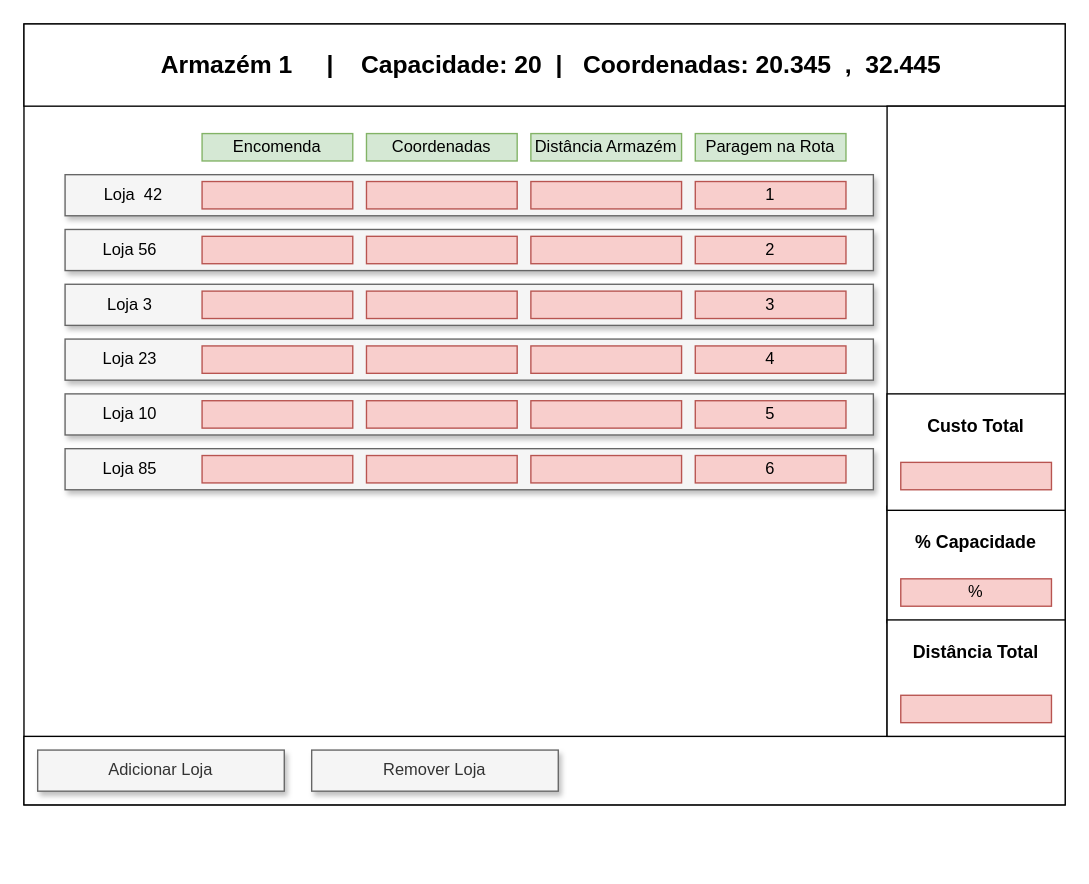
This is page "Pop-up Armazem" (2 of 2) of Untitled Diagram.drawio from ertykiko/SADE, a draw.io file, before an edit. Source tidied: cells renumbered, new cells numbered last; positions are measured from the earlier drawing's top-left corner, leaving out a move shared by most shapes. Both pictures are drawn from the tidied source at 137%, with x=0, y=0 at pixel (23, 23).
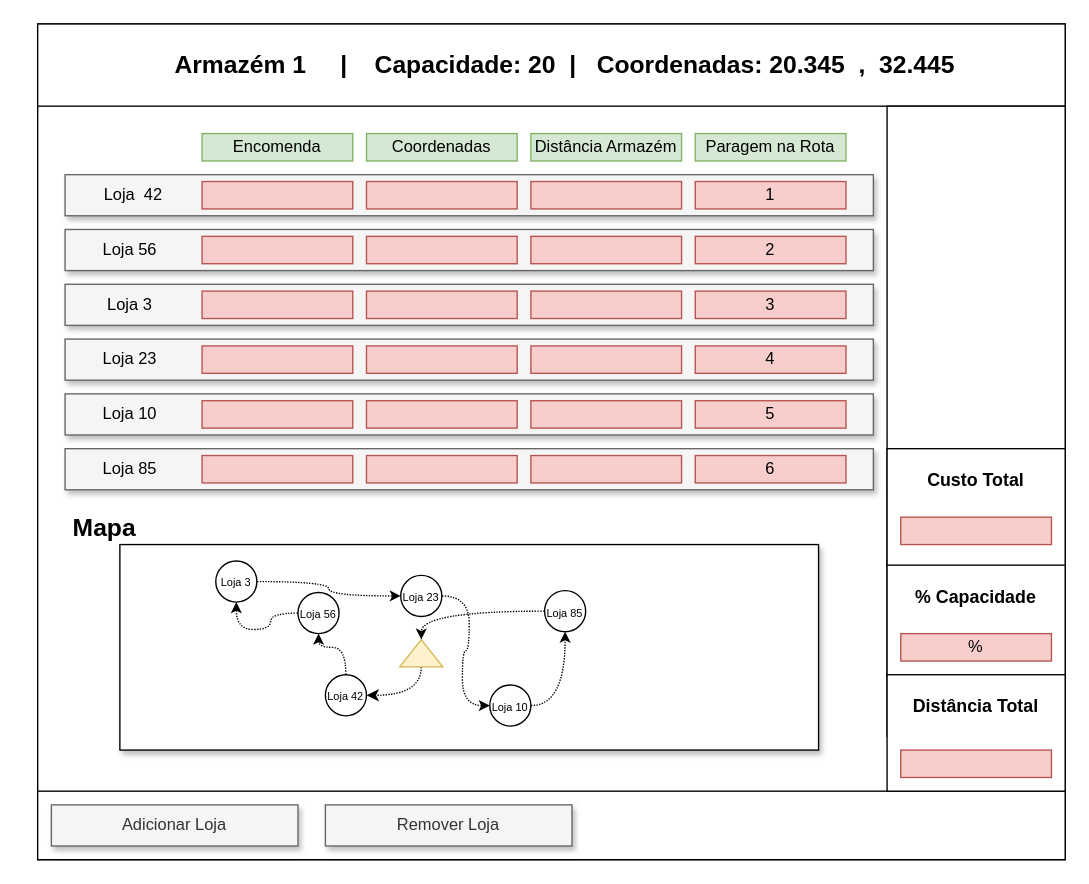
The same page after the edit.

The edit, as a diff of the source:
```diff
@@
     <mxCell id="2" style="rounded=0;whiteSpace=wrap;html=1;" parent="1" vertex="1">
-      <mxGeometry width="760" height="570" as="geometry" />
+      <mxGeometry x="10" width="750" height="610" as="geometry" />
     </mxCell>
@@
     <mxCell id="24" style="rounded=0;whiteSpace=wrap;html=1;" parent="1" vertex="1">
-      <mxGeometry width="760" height="60" as="geometry" />
+      <mxGeometry x="10" width="750" height="60" as="geometry" />
     </mxCell>
@@
     <mxCell id="26" style="rounded=0;whiteSpace=wrap;html=1;" parent="1" vertex="1">
-      <mxGeometry y="520" width="760" height="50" as="geometry" />
+      <mxGeometry x="10" y="560" width="750" height="50" as="geometry" />
     </mxCell>
     <mxCell id="27" value="&lt;font&gt;&lt;span style=&quot;font-size: 18px&quot;&gt;&lt;b&gt;Armazém&amp;nbsp;1&amp;nbsp; &amp;nbsp; &amp;nbsp;|&amp;nbsp; &amp;nbsp; Capacidade: 20&amp;nbsp; |&amp;nbsp; &amp;nbsp;Coordenadas: 20.345&amp;nbsp; ,&amp;nbsp; 32.445&lt;/b&gt;&lt;/span&gt;&lt;/font&gt;" style="text;html=1;strokeColor=none;fillColor=none;align=center;verticalAlign=middle;whiteSpace=wrap;rounded=0;" parent="1" vertex="1">
-      <mxGeometry x="30" y="10" width="710" height="40" as="geometry" />
+      <mxGeometry x="40" y="10" width="710" height="40" as="geometry" />
     </mxCell>
@@
     <mxCell id="43" value="Adicionar Loja" style="rounded=0;whiteSpace=wrap;html=1;fillColor=#f5f5f5;strokeColor=#666666;fontColor=#333333;shadow=1;" parent="1" vertex="1">
-      <mxGeometry x="10" y="530" width="180" height="30" as="geometry" />
+      <mxGeometry x="20" y="570" width="180" height="30" as="geometry" />
     </mxCell>
     <mxCell id="44" value="Remover Loja" style="rounded=0;whiteSpace=wrap;html=1;fillColor=#f5f5f5;strokeColor=#666666;fontColor=#333333;shadow=1;" parent="1" vertex="1">
-      <mxGeometry x="210" y="530" width="180" height="30" as="geometry" />
+      <mxGeometry x="220" y="570" width="180" height="30" as="geometry" />
     </mxCell>
@@
     <mxCell id="49" style="rounded=0;whiteSpace=wrap;html=1;" parent="1" vertex="1">
-      <mxGeometry x="630" y="352" width="130" height="85" as="geometry" />
+      <mxGeometry x="630" y="392" width="130" height="85" as="geometry" />
     </mxCell>
     <mxCell id="50" style="rounded=0;whiteSpace=wrap;html=1;" parent="1" vertex="1">
-      <mxGeometry x="630" y="435" width="130" height="85" as="geometry" />
+      <mxGeometry x="630" y="475" width="130" height="85" as="geometry" />
     </mxCell>
     <mxCell id="51" value="&lt;font style=&quot;font-size: 13px&quot;&gt;&lt;b&gt;% Capacidade&lt;/b&gt;&lt;/font&gt;" style="text;html=1;strokeColor=none;fillColor=none;align=center;verticalAlign=middle;whiteSpace=wrap;rounded=0;" parent="1" vertex="1">
-      <mxGeometry x="640" y="360" width="110" height="35" as="geometry" />
+      <mxGeometry x="640" y="400" width="110" height="35" as="geometry" />
     </mxCell>
     <mxCell id="52" value="%" style="text;html=1;strokeColor=#b85450;fillColor=#f8cecc;align=center;verticalAlign=middle;whiteSpace=wrap;rounded=0;" parent="1" vertex="1">
-      <mxGeometry x="640" y="405" width="110" height="20" as="geometry" />
+      <mxGeometry x="640" y="445" width="110" height="20" as="geometry" />
     </mxCell>
     <mxCell id="53" value="&lt;font style=&quot;font-size: 13px&quot;&gt;&lt;b&gt;Distância Total&lt;/b&gt;&lt;/font&gt;" style="text;html=1;strokeColor=none;fillColor=none;align=center;verticalAlign=middle;whiteSpace=wrap;rounded=0;" parent="1" vertex="1">
-      <mxGeometry x="640" y="440" width="110" height="35" as="geometry" />
+      <mxGeometry x="640" y="480" width="110" height="35" as="geometry" />
     </mxCell>
     <mxCell id="54" style="text;html=1;strokeColor=#b85450;fillColor=#f8cecc;align=center;verticalAlign=middle;whiteSpace=wrap;rounded=0;" parent="1" vertex="1">
-      <mxGeometry x="640" y="490" width="110" height="20" as="geometry" />
+      <mxGeometry x="640" y="530" width="110" height="20" as="geometry" />
     </mxCell>
     <mxCell id="55" style="rounded=0;whiteSpace=wrap;html=1;" parent="1" vertex="1">
-      <mxGeometry x="630" y="270" width="130" height="85" as="geometry" />
+      <mxGeometry x="630" y="310" width="130" height="85" as="geometry" />
     </mxCell>
     <mxCell id="56" value="&lt;font style=&quot;font-size: 13px&quot;&gt;&lt;b&gt;Custo Total&lt;/b&gt;&lt;/font&gt;" style="text;html=1;strokeColor=none;fillColor=none;align=center;verticalAlign=middle;whiteSpace=wrap;rounded=0;" parent="1" vertex="1">
-      <mxGeometry x="640" y="275" width="110" height="35" as="geometry" />
+      <mxGeometry x="640" y="315" width="110" height="35" as="geometry" />
     </mxCell>
     <mxCell id="57" style="text;html=1;strokeColor=#b85450;fillColor=#f8cecc;align=center;verticalAlign=middle;whiteSpace=wrap;rounded=0;" parent="1" vertex="1">
-      <mxGeometry x="640" y="320" width="110" height="20" as="geometry" />
+      <mxGeometry x="640" y="360" width="110" height="20" as="geometry" />
     </mxCell>
+    <mxCell id="58" style="rounded=0;whiteSpace=wrap;html=1;shadow=1;" parent="1" vertex="1">
+      <mxGeometry x="70" y="380" width="510" height="150" as="geometry" />
+    </mxCell>
+    <mxCell id="59" value="&lt;b&gt;&lt;font style=&quot;font-size: 18px&quot;&gt;Mapa&lt;/font&gt;&lt;/b&gt;" style="text;html=1;strokeColor=none;fillColor=none;align=center;verticalAlign=middle;whiteSpace=wrap;rounded=0;shadow=1;" parent="1" vertex="1">
+      <mxGeometry x="39" y="358" width="40" height="20" as="geometry" />
+    </mxCell>
+    <mxCell id="60" style="edgeStyle=orthogonalEdgeStyle;jettySize=auto;html=1;entryX=1;entryY=0.5;entryDx=0;entryDy=0;exitX=0;exitY=0.5;exitDx=0;exitDy=0;dashed=1;dashPattern=1 1;curved=1;" parent="1" edge="1" source="61" target="67">
+      <mxGeometry relative="1" as="geometry" />
+    </mxCell>
+    <mxCell id="61" style="triangle;whiteSpace=wrap;html=1;strokeColor=#d6b656;rotation=90;direction=west;fillColor=#fff2cc;" parent="1" vertex="1">
+      <mxGeometry x="280" y="443.6" width="20" height="31.4" as="geometry" />
+    </mxCell>
+    <mxCell id="62" style="edgeStyle=orthogonalEdgeStyle;curved=1;jettySize=auto;html=1;dashed=1;dashPattern=1 1;endSize=5;entryX=0.5;entryY=1;entryDx=0;entryDy=0;" parent="1" edge="1" source="63" target="65">
+      <mxGeometry relative="1" as="geometry" />
+    </mxCell>
+    <mxCell id="63" value="&lt;font style=&quot;font-size: 8px&quot;&gt;Loja 56&lt;/font&gt;" style="ellipse;whiteSpace=wrap;html=1;strokeColor=#000000;" parent="1" vertex="1">
+      <mxGeometry x="200" y="415" width="30" height="30" as="geometry" />
+    </mxCell>
+    <mxCell id="64" style="edgeStyle=orthogonalEdgeStyle;curved=1;jettySize=auto;html=1;dashed=1;dashPattern=1 1;endSize=5;entryX=0;entryY=0.5;entryDx=0;entryDy=0;" parent="1" edge="1" source="65" target="69">
+      <mxGeometry relative="1" as="geometry" />
+    </mxCell>
+    <mxCell id="65" value="&lt;font style=&quot;font-size: 8px&quot;&gt;Loja 3&lt;br&gt;&lt;/font&gt;" style="ellipse;whiteSpace=wrap;html=1;strokeColor=#000000;" parent="1" vertex="1">
+      <mxGeometry x="140" y="392" width="30" height="30" as="geometry" />
+    </mxCell>
+    <mxCell id="66" style="edgeStyle=orthogonalEdgeStyle;curved=1;jettySize=auto;html=1;dashed=1;dashPattern=1 1;endSize=5;entryX=0.5;entryY=1;entryDx=0;entryDy=0;" parent="1" edge="1" source="67" target="63">
+      <mxGeometry relative="1" as="geometry" />
+    </mxCell>
+    <mxCell id="67" value="&lt;font style=&quot;font-size: 8px&quot;&gt;Loja 42&lt;br&gt;&lt;/font&gt;" style="ellipse;whiteSpace=wrap;html=1;strokeColor=#000000;" parent="1" vertex="1">
+      <mxGeometry x="220" y="475" width="30" height="30" as="geometry" />
+    </mxCell>
+    <mxCell id="68" style="edgeStyle=orthogonalEdgeStyle;curved=1;jettySize=auto;html=1;dashed=1;dashPattern=1 1;endSize=5;entryX=0;entryY=0.5;entryDx=0;entryDy=0;" parent="1" edge="1" source="69" target="71">
+      <mxGeometry relative="1" as="geometry" />
+    </mxCell>
+    <mxCell id="69" value="&lt;font style=&quot;font-size: 8px&quot;&gt;Loja 23&lt;br&gt;&lt;/font&gt;" style="ellipse;whiteSpace=wrap;html=1;strokeColor=#000000;" parent="1" vertex="1">
+      <mxGeometry x="275" y="402.5" width="30" height="30" as="geometry" />
+    </mxCell>
+    <mxCell id="70" style="edgeStyle=orthogonalEdgeStyle;curved=1;jettySize=auto;html=1;dashed=1;dashPattern=1 1;endSize=5;" parent="1" edge="1" source="71" target="73">
+      <mxGeometry relative="1" as="geometry" />
+    </mxCell>
+    <mxCell id="71" value="&lt;font style=&quot;font-size: 8px&quot;&gt;Loja 10&lt;br&gt;&lt;/font&gt;" style="ellipse;whiteSpace=wrap;html=1;strokeColor=#000000;" parent="1" vertex="1">
+      <mxGeometry x="340" y="482.5" width="30" height="30" as="geometry" />
+    </mxCell>
+    <mxCell id="72" style="edgeStyle=orthogonalEdgeStyle;curved=1;jettySize=auto;html=1;dashed=1;dashPattern=1 1;endSize=5;entryX=1;entryY=0.5;entryDx=0;entryDy=0;" parent="1" edge="1" source="73" target="61">
+      <mxGeometry relative="1" as="geometry" />
+    </mxCell>
+    <mxCell id="73" value="&lt;font style=&quot;font-size: 8px&quot;&gt;Loja 85&lt;br&gt;&lt;/font&gt;" style="ellipse;whiteSpace=wrap;html=1;strokeColor=#000000;" parent="1" vertex="1">
+      <mxGeometry x="380" y="413.6" width="30" height="30" as="geometry" />
+    </mxCell>
```
